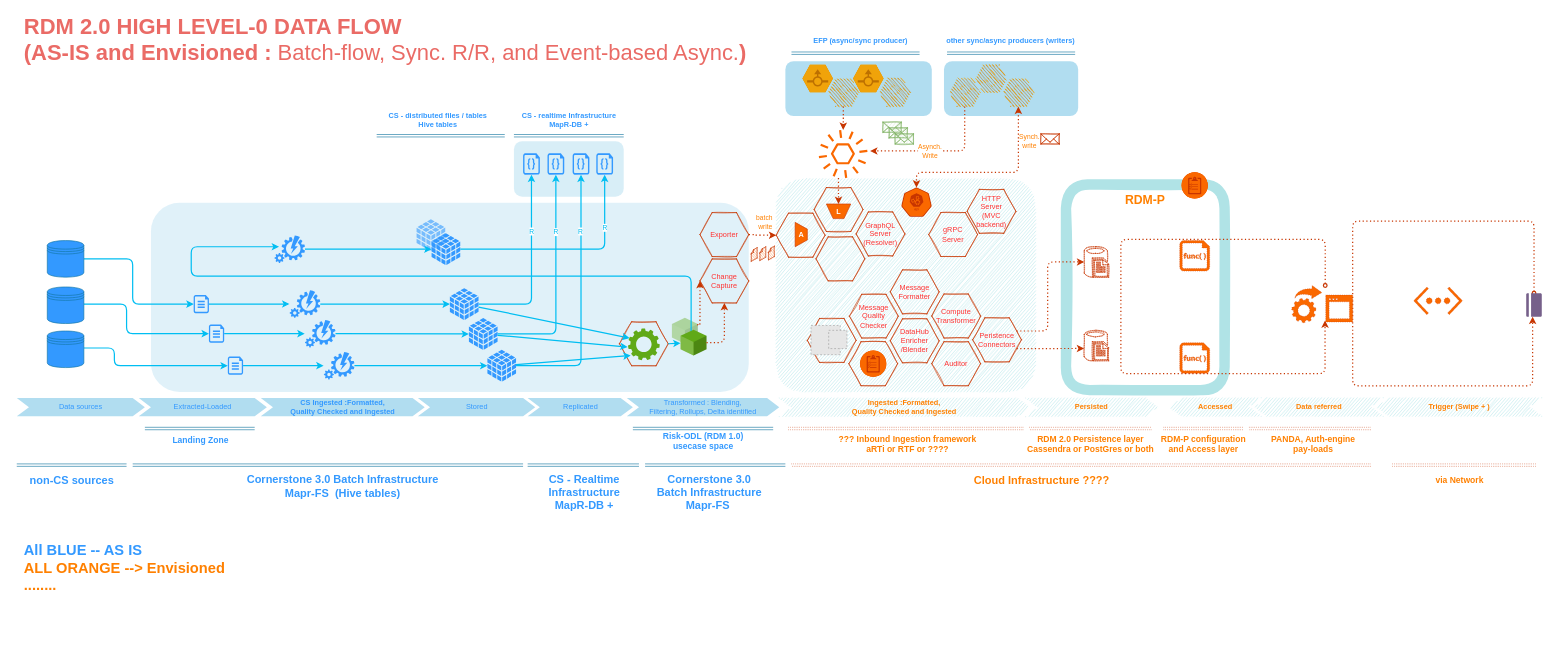
Before: Dataflow.drawio in gaurjain/drawio, a draw.io diagram. Source tidied: cells renumbered, new cells numbered last; positions are measured from the earlier drawing's top-left corner, leaving out a move shared by most shapes. Both pictures are drawn from the tidied source at 61%, with x=0, y=0 at pixel (16, 26). Pictures stored in the file or linked from it are replaced by grey dashed boxes.
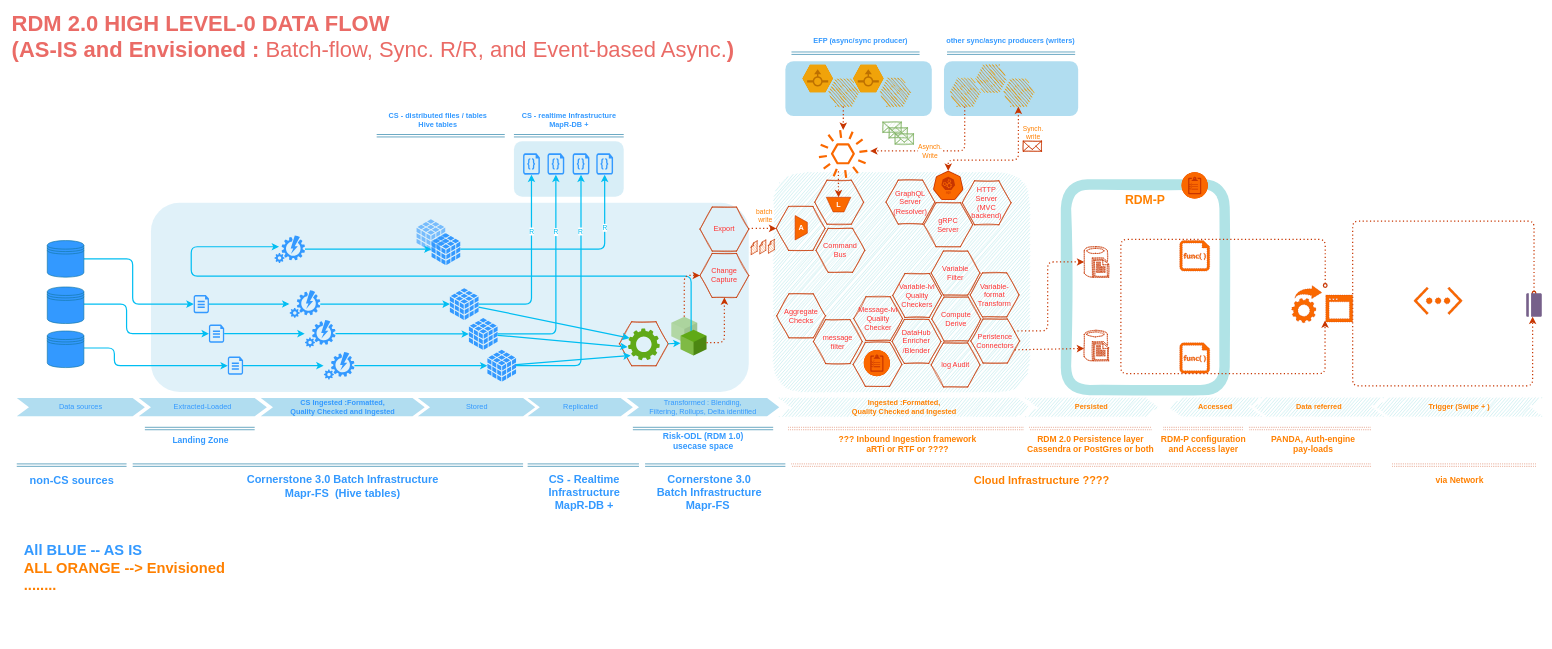
Above is the later version.

Unchanged cells that the change refers to:
```xml
<mxCell id="121" style="outlineConnect=0;dashed=0;verticalLabelPosition=bottom;verticalAlign=top;align=center;html=1;fontSize=12;fontStyle=0;shape=mxgraph.aws4.event;sketch=0;fontColor=#ffffff;strokeColor=#C73500;fillColor=#fa6800;" parent="1" vertex="1">
  <mxGeometry x="1314.8" y="170" width="79.8" height="79.8" as="geometry" />
</mxCell>
<mxCell id="127" style="verticalLabelPosition=bottom;html=1;fillColor=#f0a30a;strokeColor=#BD7000;verticalAlign=top;align=center;points=[[0,0.5,0],[0.125,0.25,0],[0.25,0,0],[0.5,0,0],[0.75,0,0],[0.875,0.25,0],[1,0.5,0],[0.875,0.75,0],[0.75,1,0],[0.5,1,0],[0.125,0.75,0]];shape=mxgraph.cisco_safe.compositeIcon;bgIcon=mxgraph.cisco_safe.design.blank_device;resIcon=mxgraph.cisco_safe.design.flow_sensor_2;sketch=1;flipV=1;fontColor=#ffffff;" parent="1" vertex="1">
  <mxGeometry x="1617" y="87.2" width="50" height="45" as="geometry" />
</mxCell>
```

What changed in the source:
```diff
@@
     <mxCell id="4" style="rounded=1;whiteSpace=wrap;html=1;sketch=1;fillColor=#b0e3e6;strokeColor=none;" parent="1" vertex="1">
-      <mxGeometry x="1244" y="250" width="426" height="350" as="geometry" />
+      <mxGeometry x="1240" y="240" width="420" height="360" as="geometry" />
     </mxCell>
     <mxCell id="5" style="shape=hexagon;perimeter=hexagonPerimeter2;whiteSpace=wrap;html=1;fixedSize=1;strokeColor=#C73500;sketch=1;fontColor=#ffffff;fillColor=none;" parent="1" vertex="1">
-      <mxGeometry x="1245.1" y="307" width="80" height="72.1" as="geometry" />
+      <mxGeometry x="1245.1" y="295.9" width="80" height="72.1" as="geometry" />
     </mxCell>
@@
     <mxCell id="7" style="shape=hexagon;perimeter=hexagonPerimeter2;whiteSpace=wrap;html=1;fixedSize=1;strokeColor=#C73500;sketch=1;fontColor=#ffffff;fillColor=none;" parent="1" vertex="1">
-      <mxGeometry x="1364" y="517.7" width="80" height="72.1" as="geometry" />
+      <mxGeometry x="1371" y="518.7" width="80" height="72.1" as="geometry" />
     </mxCell>
@@
     <mxCell id="9" value="&lt;font&gt;gRPC &lt;br&gt;Server&lt;/font&gt;" style="shape=hexagon;perimeter=hexagonPerimeter2;whiteSpace=wrap;html=1;fixedSize=1;strokeColor=#C73500;sketch=1;fillColor=none;fontColor=#FF3333;" parent="1" vertex="1">
-      <mxGeometry x="1495" y="305.9" width="80" height="72.1" as="geometry" />
+      <mxGeometry x="1487" y="289.9" width="80" height="72.1" as="geometry" />
     </mxCell>
@@
     <mxCell id="11" style="verticalLabelPosition=bottom;verticalAlign=top;html=1;shape=mxgraph.infographic.shadedCube;isoAngle=15;fillColor=#60a917;fontColor=#ffffff;strokeColor=none;shadow=0;opacity=40;" parent="1" vertex="1">
-      <mxGeometry x="1074" y="478.6" width="42.5" height="42.5" as="geometry" />
+      <mxGeometry x="1073" y="476.6" width="42.5" height="42.5" as="geometry" />
     </mxCell>
-    <mxCell id="12" style="shape=hexagon;perimeter=hexagonPerimeter2;whiteSpace=wrap;html=1;fixedSize=1;strokeColor=#C73500;sketch=1;fontColor=#ffffff;fillColor=none;" parent="1" vertex="1">
-      <mxGeometry x="1296" y="479.5" width="80" height="72.1" as="geometry" />
-    </mxCell>
@@
     <mxCell id="75" value="&lt;font&gt;&lt;font style=&quot;font-size: 36px&quot;&gt;RDM 2.0 HIGH LEVEL-0 DATA FLOW &lt;br&gt;(AS-IS and Envisioned : &lt;span style=&quot;font-weight: normal&quot;&gt;Batch-flow, Sync. R/R, and Event-based Async.&lt;/span&gt;)&lt;br&gt;&lt;/font&gt;&lt;br&gt;&lt;/font&gt;" style="text;html=1;align=left;verticalAlign=middle;fontStyle=1;fontColor=#EA6B66;" parent="1" vertex="1">
-      <mxGeometry x="10" width="1200" height="60" as="geometry" />
+      <mxGeometry x="-10" y="-5.3" width="1200" height="60" as="geometry" />
     </mxCell>
@@
     <mxCell id="97" style="fillColor=#fa6800;verticalLabelPosition=bottom;html=1;verticalAlign=top;align=center;shape=mxgraph.cisco_safe.compositeIcon;bgIcon=ellipse;resIcon=mxgraph.cisco_safe.capability.policy_configuration;dashed=1;dashPattern=1 2;labelBackgroundColor=none;sketch=0;fontColor=#ffffff;strokeColor=#C73500;" parent="1" vertex="1">
-      <mxGeometry x="1382.5" y="532.2" width="43" height="43" as="geometry" />
+      <mxGeometry x="1388.5" y="531.2" width="43" height="43" as="geometry" />
     </mxCell>
@@
     <mxCell id="109" style="html=1;dashed=0;whitespace=wrap;points=[[0.005,0.63,0],[0.1,0.2,0],[0.9,0.2,0],[0.5,0,0],[0.995,0.63,0],[0.72,0.99,0],[0.5,1,0],[0.28,0.99,0]];shape=mxgraph.kubernetes.icon;prIcon=api;sketch=0;fontColor=#ffffff;strokeColor=#C73500;fillColor=#fa6800;" parent="1" vertex="1">
-      <mxGeometry x="1450" y="264.9" width="50" height="48" as="geometry" />
+      <mxGeometry x="1502" y="237.5" width="50" height="48" as="geometry" />
     </mxCell>
     <mxCell id="110" style="edgeStyle=orthogonalEdgeStyle;rounded=1;jettySize=auto;html=1;dashed=1;dashPattern=1 2;fillColor=#fa6800;strokeColor=#C73500;strokeWidth=2;entryX=0.5;entryY=0;entryDx=0;entryDy=0;entryPerimeter=0;startArrow=classic;startFill=1;exitX=0.5;exitY=0;exitDx=0;exitDy=0;exitPerimeter=0;" parent="1" edge="1" source="127" target="109">
       <mxGeometry relative="1" as="geometry">
         <Array as="points">
-          <mxPoint x="1642" y="240" />
-          <mxPoint x="1475" y="240" />
+          <mxPoint x="1642" y="220" />
+          <mxPoint x="1527" y="220" />
         </Array>
       </mxGeometry>
     </mxCell>
     <mxCell id="111" value="Synch.&lt;br&gt;write" style="edgeLabel;html=1;align=center;verticalAlign=middle;fontColor=#FF8000;" parent="110" vertex="1">
       <mxGeometry x="0.07" y="-2" relative="1" as="geometry">
-        <mxPoint x="69.4" y="-49.2" as="offset" />
+        <mxPoint x="53.5" y="-43.7" as="offset" />
       </mxGeometry>
     </mxCell>
     <mxCell id="112" style="html=1;verticalLabelPosition=bottom;align=center;labelBackgroundColor=#ffffff;verticalAlign=top;strokeWidth=1;shadow=0;dashed=0;shape=mxgraph.ios7.icons.mail;sketch=1;fontColor=#ffffff;strokeColor=#C73500;fillColor=none;" parent="1" vertex="1">
-      <mxGeometry x="1679" y="177" width="30" height="16.5" as="geometry" />
+      <mxGeometry x="1650" y="188.9" width="30" height="16.5" as="geometry" />
     </mxCell>
@@
     <mxCell id="117" value="Peristence&lt;br&gt;Connectors" style="shape=hexagon;perimeter=hexagonPerimeter2;whiteSpace=wrap;html=1;fixedSize=1;strokeColor=#C73500;sketch=1;fillColor=none;fontColor=#FF3333;" parent="1" vertex="1">
-      <mxGeometry x="1567" y="478.5" width="80" height="72.1" as="geometry" />
+      <mxGeometry x="1564" y="480.5" width="80" height="72.1" as="geometry" />
     </mxCell>
@@
-    <mxCell id="122" style="rounded=1;jettySize=auto;html=1;dashed=1;dashPattern=1 2;fillColor=#fa6800;strokeColor=#C73500;strokeWidth=2;startArrow=none;startFill=0;entryX=0;entryY=0.5;entryDx=0;entryDy=0;entryPerimeter=0;edgeStyle=orthogonalEdgeStyle;" parent="1" edge="1" source="121" target="130">
+    <mxCell id="122" style="rounded=1;jettySize=auto;html=1;dashed=1;dashPattern=1 2;fillColor=#fa6800;strokeColor=#C73500;strokeWidth=2;startArrow=none;startFill=0;entryX=0;entryY=0.5;entryDx=0;entryDy=0;entryPerimeter=0;edgeStyle=orthogonalEdgeStyle;" parent="1" edge="1" target="130">
       <mxGeometry relative="1" as="geometry">
+        <mxPoint x="1347" y="238.2" as="sourcePoint" />
         <Array as="points">
-          <mxPoint x="1347" y="270" />
-          <mxPoint x="1347" y="270" />
+          <mxPoint x="1347" y="258.9" />
+          <mxPoint x="1347" y="258.9" />
         </Array>
       </mxGeometry>
     </mxCell>
@@
-    <mxCell id="129" value="Auditor" style="shape=hexagon;perimeter=hexagonPerimeter2;whiteSpace=wrap;html=1;fixedSize=1;strokeColor=#C73500;sketch=1;fillColor=none;fontColor=#FF3333;" parent="1" vertex="1">
-      <mxGeometry x="1500" y="517.7" width="80" height="72.1" as="geometry" />
+    <mxCell id="129" value="log Audit" style="shape=hexagon;perimeter=hexagonPerimeter2;whiteSpace=wrap;html=1;fixedSize=1;strokeColor=#C73500;sketch=1;fillColor=none;fontColor=#FF3333;" parent="1" vertex="1">
+      <mxGeometry x="1499" y="519.7" width="80" height="72.1" as="geometry" />
     </mxCell>
     <mxCell id="130" value="&lt;span style=&quot;font-size: 12px&quot;&gt;&lt;b&gt;L&lt;/b&gt;&lt;/span&gt;" style="strokeWidth=1;outlineConnect=0;dashed=0;align=center;html=1;fontSize=8;shape=mxgraph.eip.channel_adapter;shadow=0;sketch=0;direction=south;strokeColor=#C73500;fillColor=#fa6800;fontColor=#ffffff;" parent="1" vertex="1">
-      <mxGeometry x="1327.2" y="291.9" width="40" height="24" as="geometry" />
+      <mxGeometry x="1327.2" y="280.9" width="40" height="24" as="geometry" />
     </mxCell>
     <mxCell id="131" value="&lt;font style=&quot;font-size: 12px&quot;&gt;&lt;b&gt;A&lt;/b&gt;&lt;/font&gt;" style="strokeWidth=1;dashed=0;align=center;html=1;fontSize=8;shape=mxgraph.eip.channel_adapter;shadow=0;sketch=0;direction=east;strokeColor=#C73500;fillColor=#fa6800;fontColor=#ffffff;" parent="1" vertex="1">
-      <mxGeometry x="1276" y="322" width="20" height="40" as="geometry" />
+      <mxGeometry x="1276" y="310.9" width="20" height="40" as="geometry" />
     </mxCell>
     <mxCell id="132" style="edgeStyle=orthogonalEdgeStyle;rounded=1;sketch=0;jettySize=auto;html=1;shadow=0;strokeWidth=2;labelBackgroundColor=none;fontColor=#EA6B66;fillColor=#fa6800;dashed=1;dashPattern=1 2;strokeColor=#C73500;exitX=1;exitY=0.5;exitDx=0;exitDy=0;entryX=0;entryY=0.5;entryDx=0;entryDy=0;" parent="1" edge="1" source="158" target="5">
       <mxGeometry relative="1" as="geometry">
         <Array as="points">
-          <mxPoint x="1210" y="343" />
-          <mxPoint x="1210" y="343" />
+          <mxPoint x="1200" y="332" />
         </Array>
       </mxGeometry>
     </mxCell>
@@
     <mxCell id="134" style="group;" parent="1" vertex="1">
-      <mxGeometry x="1204" y="361" width="38.1" height="26" as="geometry" />
+      <mxGeometry x="1204" y="349.9" width="38.1" height="26" as="geometry" />
     </mxCell>
@@
-    <mxCell id="138" style="rounded=1;sketch=0;jettySize=auto;html=1;shadow=0;strokeWidth=2;labelBackgroundColor=none;fontColor=#EA6B66;fillColor=#fa6800;dashed=1;dashPattern=1 2;strokeColor=#C73500;exitX=0;exitY=0;exitDx=42.5;exitDy=10.20334726090493;exitPerimeter=0;entryX=0;entryY=0.5;entryDx=0;entryDy=0;edgeStyle=orthogonalEdgeStyle;" parent="1" edge="1" source="11" target="161">
+    <mxCell id="138" style="rounded=1;sketch=0;jettySize=auto;html=1;shadow=0;strokeWidth=2;labelBackgroundColor=none;fontColor=#EA6B66;fillColor=#fa6800;dashed=1;dashPattern=1 2;strokeColor=#C73500;exitX=0.5;exitY=0;exitDx=0;exitDy=0;exitPerimeter=0;entryX=0;entryY=0.5;entryDx=0;entryDy=0;edgeStyle=orthogonalEdgeStyle;" parent="1" edge="1" source="11" target="161">
       <mxGeometry relative="1" as="geometry">
         <Array as="points">
-          <mxPoint x="1120" y="491" />
+          <mxPoint x="1094" y="409" />
         </Array>
       </mxGeometry>
     </mxCell>
@@
     <mxCell id="147" value="GraphQL&lt;br&gt;Server&lt;br&gt;(Resolver)" style="shape=hexagon;perimeter=hexagonPerimeter2;whiteSpace=wrap;html=1;fixedSize=1;strokeColor=#C73500;sketch=1;fillColor=none;fontColor=#FF3333;" parent="1" vertex="1">
-      <mxGeometry x="1376" y="305" width="80" height="72.1" as="geometry" />
+      <mxGeometry x="1425" y="252.8" width="80" height="72.1" as="geometry" />
     </mxCell>
-    <mxCell id="148" style="shape=hexagon;perimeter=hexagonPerimeter2;whiteSpace=wrap;html=1;fixedSize=1;strokeColor=#C73500;sketch=1;fillColor=none;fontColor=#FF3333;" parent="1" vertex="1">
-      <mxGeometry x="1310.2" y="345.8" width="80" height="72.1" as="geometry" />
+    <mxCell id="148" value="Command&lt;br&gt;Bus" style="shape=hexagon;perimeter=hexagonPerimeter2;whiteSpace=wrap;html=1;fixedSize=1;strokeColor=#C73500;sketch=1;fillColor=none;fontColor=#FF3333;" parent="1" vertex="1">
+      <mxGeometry x="1310.2" y="331.8" width="80" height="72.1" as="geometry" />
     </mxCell>
     <mxCell id="149" value="HTTP&lt;br&gt;Server&lt;br&gt;(MVC backend)" style="shape=hexagon;perimeter=hexagonPerimeter2;whiteSpace=wrap;html=1;fixedSize=1;strokeColor=#C73500;sketch=1;fillColor=none;fontColor=#FF3333;" parent="1" vertex="1">
-      <mxGeometry x="1558" y="267.9" width="80" height="72.1" as="geometry" />
+      <mxGeometry x="1550" y="253.9" width="80" height="72.1" as="geometry" />
     </mxCell>
-    <mxCell id="150" value="Compute&lt;br&gt;Transformer" style="shape=hexagon;perimeter=hexagonPerimeter2;whiteSpace=wrap;html=1;fixedSize=1;strokeColor=#C73500;sketch=1;fillColor=none;fontColor=#FF3333;" parent="1" vertex="1">
-      <mxGeometry x="1500" y="439.5" width="80" height="72.1" as="geometry" />
+    <mxCell id="150" value="Compute&lt;br&gt;Derive" style="shape=hexagon;perimeter=hexagonPerimeter2;whiteSpace=wrap;html=1;fixedSize=1;strokeColor=#C73500;sketch=1;fillColor=none;fontColor=#FF3333;" parent="1" vertex="1">
+      <mxGeometry x="1500" y="444.5" width="80" height="72.1" as="geometry" />
     </mxCell>
-    <mxCell id="151" style="group;" parent="1" vertex="1">
-      <mxGeometry x="1387.2" y="438.2" width="48" height="48" as="geometry" />
-    </mxCell>
-    <mxCell id="152" style="group;" parent="151" vertex="1">
-      <mxGeometry x="-85.2" y="52.8" width="48" height="48" as="geometry" />
-    </mxCell>
-    <mxCell id="153" style="fillColor=#E6E6E6;strokeColor=#999999;dashed=1;html=1;verticalAlign=top;verticalLabelPosition=bottom;labelBackgroundColor=#ffffff;fontColor=#00BEF2;" parent="152" vertex="1">
-      <mxGeometry width="48" height="48" as="geometry" />
-    </mxCell>
-    <mxCell id="154" style="fillColor=#E6E6E6;strokeColor=#999999;dashed=1;html=1;verticalAlign=top;verticalLabelPosition=bottom;labelBackgroundColor=#ffffff;fontColor=#00BEF2;" parent="152" vertex="1">
-      <mxGeometry x="29" y="8" width="30" height="30" as="geometry" />
-    </mxCell>
     <mxCell id="155" value="DataHub&lt;br&gt;Enricher&lt;br&gt;/Blender" style="shape=hexagon;perimeter=hexagonPerimeter2;whiteSpace=wrap;html=1;fixedSize=1;strokeColor=#C73500;sketch=1;fillColor=none;fontColor=#FF3333;" parent="1" vertex="1">
-      <mxGeometry x="1432" y="480.2" width="80" height="72.1" as="geometry" />
+      <mxGeometry x="1435" y="481.2" width="80" height="72.1" as="geometry" />
     </mxCell>
-    <mxCell id="156" value="Message&lt;br&gt;Quality&lt;br&gt;Checker" style="shape=hexagon;perimeter=hexagonPerimeter2;whiteSpace=wrap;html=1;fixedSize=1;strokeColor=#C73500;sketch=1;fillColor=none;fontColor=#FF3333;" parent="1" vertex="1">
-      <mxGeometry x="1365" y="440" width="80" height="71.6" as="geometry" />
+    <mxCell id="156" value="Message-lvl&lt;br&gt;Quality&lt;br&gt;Checker" style="shape=hexagon;perimeter=hexagonPerimeter2;whiteSpace=wrap;html=1;fixedSize=1;strokeColor=#C73500;sketch=1;fillColor=none;fontColor=#FF3333;" parent="1" vertex="1">
+      <mxGeometry x="1372" y="444" width="80" height="71.6" as="geometry" />
     </mxCell>
-    <mxCell id="157" value="Message&lt;br&gt;Formatter" style="shape=hexagon;perimeter=hexagonPerimeter2;whiteSpace=wrap;html=1;fixedSize=1;strokeColor=#C73500;sketch=1;fillColor=none;fontColor=#FF3333;" parent="1" vertex="1">
-      <mxGeometry x="1432" y="399.9" width="80" height="72.1" as="geometry" />
+    <mxCell id="157" value="Variable-lvl&lt;br&gt;Quality&lt;br&gt;Checkers" style="shape=hexagon;perimeter=hexagonPerimeter2;whiteSpace=wrap;html=1;fixedSize=1;strokeColor=#C73500;sketch=1;fillColor=none;fontColor=#FF3333;" parent="1" vertex="1">
+      <mxGeometry x="1436" y="405.9" width="80" height="72.1" as="geometry" />
     </mxCell>
-    <mxCell id="158" value="Exporter" style="shape=hexagon;perimeter=hexagonPerimeter2;whiteSpace=wrap;html=1;fixedSize=1;strokeColor=#C73500;sketch=1;fillColor=none;fontColor=#FF3333;" parent="1" vertex="1">
-      <mxGeometry x="1120" y="306" width="80" height="72.1" as="geometry" />
+    <mxCell id="158" value="Export" style="shape=hexagon;perimeter=hexagonPerimeter2;whiteSpace=wrap;html=1;fixedSize=1;strokeColor=#C73500;sketch=1;fillColor=none;fontColor=#FF3333;" parent="1" vertex="1">
+      <mxGeometry x="1120" y="297" width="80" height="72.1" as="geometry" />
     </mxCell>
@@
     <mxCell id="160" style="shape=hexagon;perimeter=hexagonPerimeter2;whiteSpace=wrap;html=1;fixedSize=1;strokeColor=#C73500;sketch=1;fillColor=none;fontColor=#FF3333;" parent="1" vertex="1">
-      <mxGeometry x="1307.2" y="264.9" width="80" height="72.1" as="geometry" />
+      <mxGeometry x="1308.2" y="252.9" width="80" height="72.1" as="geometry" />
     </mxCell>
     <mxCell id="161" value="Change&lt;br&gt;Capture" style="shape=hexagon;perimeter=hexagonPerimeter2;whiteSpace=wrap;html=1;fixedSize=1;strokeColor=#C73500;sketch=1;fillColor=none;fontColor=#FF3333;" parent="1" vertex="1">
-      <mxGeometry x="1120" y="382" width="80" height="72.1" as="geometry" />
+      <mxGeometry x="1120" y="373" width="80" height="72.1" as="geometry" />
     </mxCell>
@@
+    <mxCell id="163" value="Variable-format&lt;br&gt;Transform" style="shape=hexagon;perimeter=hexagonPerimeter2;whiteSpace=wrap;html=1;fixedSize=1;strokeColor=#C73500;sketch=1;fillColor=none;fontColor=#FF3333;" parent="1" vertex="1">
+      <mxGeometry x="1563" y="404.9" width="80" height="72.1" as="geometry" />
+    </mxCell>
+    <mxCell id="164" value="message &lt;br&gt;filter" style="shape=hexagon;perimeter=hexagonPerimeter2;whiteSpace=wrap;html=1;fixedSize=1;strokeColor=#C73500;sketch=1;fillColor=none;fontColor=#FF3333;" parent="1" vertex="1">
+      <mxGeometry x="1306" y="481.5" width="80" height="72.1" as="geometry" />
+    </mxCell>
+    <mxCell id="165" value="Variable&lt;br&gt;Filter" style="shape=hexagon;perimeter=hexagonPerimeter2;whiteSpace=wrap;html=1;fixedSize=1;strokeColor=#C73500;sketch=1;fillColor=none;fontColor=#FF3333;" parent="1" vertex="1">
+      <mxGeometry x="1499" y="369.1" width="80" height="72.1" as="geometry" />
+    </mxCell>
+    <mxCell id="166" value="Aggregate&lt;br&gt;Checks" style="shape=hexagon;perimeter=hexagonPerimeter2;whiteSpace=wrap;html=1;fixedSize=1;strokeColor=#C73500;sketch=1;fillColor=none;fontColor=#FF3333;" parent="1" vertex="1">
+      <mxGeometry x="1245.8" y="439.2" width="80" height="72.1" as="geometry" />
+    </mxCell>
```
